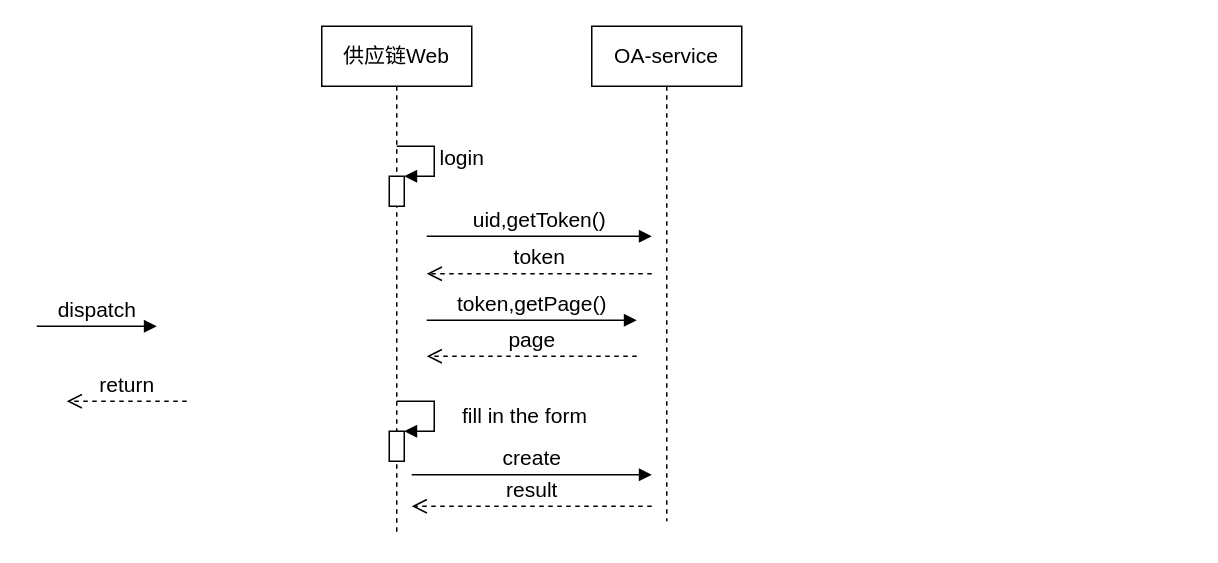
This is page "Authorize" (2 of 4) of MMS/MMS.drawio from waterwatermelon/graph, a draw.io file, before an edit. Source tidied: cells renumbered, new cells numbered last; positions are measured from the earlier drawing's top-left corner, leaving out a move shared by most shapes. Both pictures are drawn from the tidied source at 150%, with x=0, y=0 at pixel (36, 26).
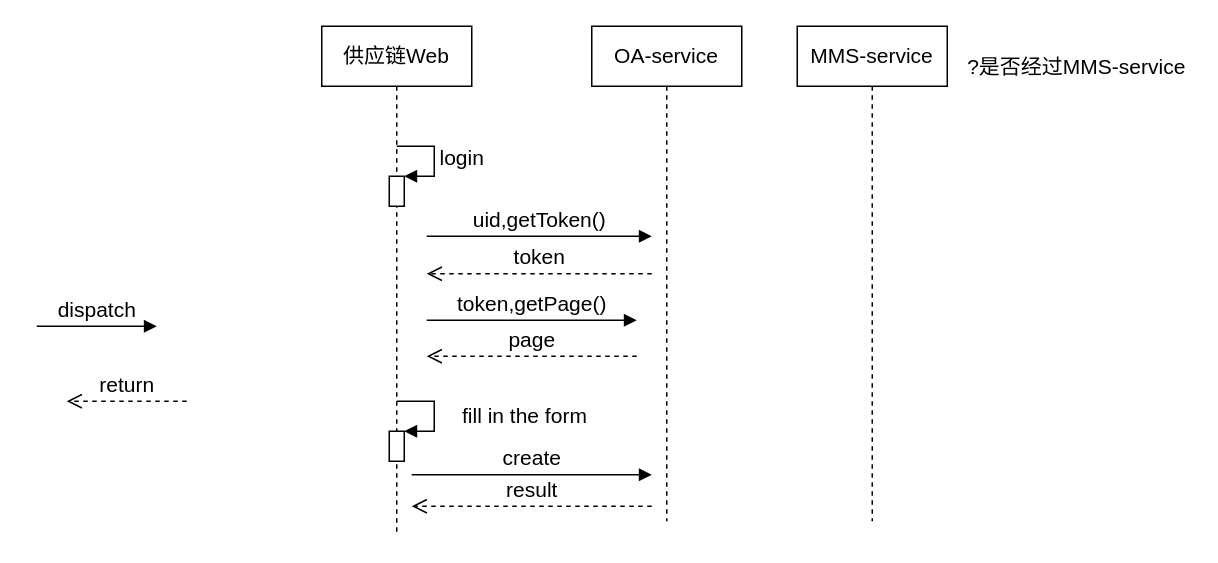
The same diagram, later.

The edit, as a diff of the source:
```diff
@@
+    <mxCell id="16" value="MMS-service" style="shape=umlLifeline;perimeter=lifelinePerimeter;whiteSpace=wrap;html=1;fontSize=14;" parent="1" vertex="1">
+      <mxGeometry x="507" width="100" height="330" as="geometry" />
+    </mxCell>
+    <mxCell id="17" value="?是否经过MMS-service" style="text;html=1;align=center;verticalAlign=middle;fontSize=14;" parent="1" vertex="1">
+      <mxGeometry x="615" y="16" width="155" height="21" as="geometry" />
+    </mxCell>
```
